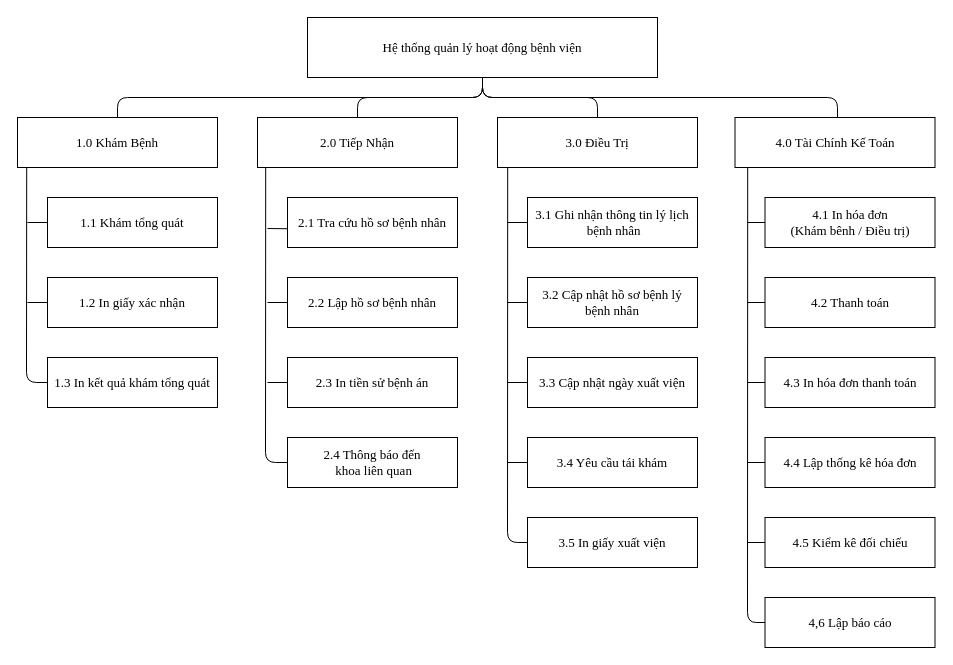
This is PhanRaChucNang.drawio from Nhatran241/HTTT, a draw.io file, before an edit. Source tidied: cells renumbered, new cells numbered last; positions are measured from the earlier drawing's top-left corner, leaving out a move shared by most shapes. Both pictures are drawn from the tidied source at 100%, with x=0, y=0 at pixel (17, 17).
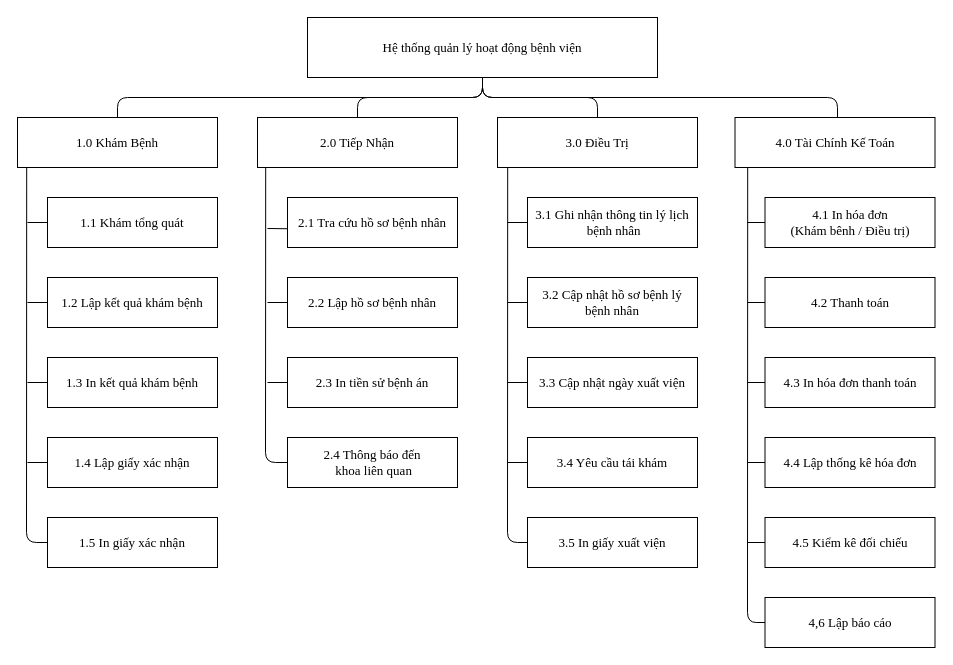
After the change.

The change refers to these unchanged cells:
```xml
<mxCell id="3" value="1.0 Khám Bệnh" style="rounded=0;whiteSpace=wrap;html=1;fontFamily=Times New Roman;fontSize=13;" parent="1" vertex="1">
  <mxGeometry y="100" width="200" height="50" as="geometry" />
</mxCell>
```

What changed in the source:
```diff
@@
-    <mxCell id="9" value="1.2 In giấy xác nhận" style="rounded=0;whiteSpace=wrap;html=1;fontFamily=Times New Roman;fontSize=13;" parent="1" vertex="1">
+    <mxCell id="9" value="1.2 Lập kết quả khám bệnh" style="rounded=0;whiteSpace=wrap;html=1;fontFamily=Times New Roman;fontSize=13;" parent="1" vertex="1">
       <mxGeometry x="30" y="260" width="170" height="50" as="geometry" />
     </mxCell>
-    <mxCell id="10" value="1.3 In kết quả khám tổng quát" style="rounded=0;whiteSpace=wrap;html=1;fontFamily=Times New Roman;fontSize=13;" parent="1" vertex="1">
+    <mxCell id="10" value="1.3 In kết quả khám bệnh" style="rounded=0;whiteSpace=wrap;html=1;fontFamily=Times New Roman;fontSize=13;" parent="1" vertex="1">
       <mxGeometry x="30" y="340" width="170" height="50" as="geometry" />
     </mxCell>
@@
-    <mxCell id="24" style="endArrow=none;html=1;entryX=0.046;entryY=1.005;entryDx=0;entryDy=0;entryPerimeter=0;exitX=0;exitY=0.5;exitDx=0;exitDy=0;fontFamily=Times New Roman;fontSize=13;" parent="1" edge="1" source="10" target="3">
+    <mxCell id="24" style="endArrow=none;html=1;entryX=0.046;entryY=1.005;entryDx=0;entryDy=0;entryPerimeter=0;exitX=0;exitY=0.5;exitDx=0;exitDy=0;fontFamily=Times New Roman;fontSize=13;" parent="1" edge="1" source="48" target="3">
       <mxGeometry relative="1" as="geometry">
         <Array as="points">
-          <mxPoint x="9" y="365" />
+          <mxPoint x="9" y="525" />
         </Array>
       </mxGeometry>
     </mxCell>
@@
+    <mxCell id="47" value="1.4 Lập giấy xác nhận" style="rounded=0;whiteSpace=wrap;html=1;fontFamily=Times New Roman;fontSize=13;" parent="1" vertex="1">
+      <mxGeometry x="30" y="420" width="170" height="50" as="geometry" />
+    </mxCell>
+    <mxCell id="48" value="1.5 In giấy xác nhận" style="rounded=0;whiteSpace=wrap;html=1;fontFamily=Times New Roman;fontSize=13;" parent="1" vertex="1">
+      <mxGeometry x="30" y="500" width="170" height="50" as="geometry" />
+    </mxCell>
+    <mxCell id="49" style="endArrow=none;html=1;fontFamily=Times New Roman;fontSize=13;exitX=0;exitY=0.5;exitDx=0;exitDy=0;" parent="1" edge="1" source="10">
+      <mxGeometry relative="1" as="geometry">
+        <mxPoint x="10" y="365" as="targetPoint" />
+      </mxGeometry>
+    </mxCell>
+    <mxCell id="50" style="endArrow=none;html=1;fontFamily=Times New Roman;fontSize=13;exitX=0;exitY=0.5;exitDx=0;exitDy=0;" parent="1" edge="1" source="47">
+      <mxGeometry relative="1" as="geometry">
+        <mxPoint x="10" y="445" as="targetPoint" />
+      </mxGeometry>
+    </mxCell>
```
